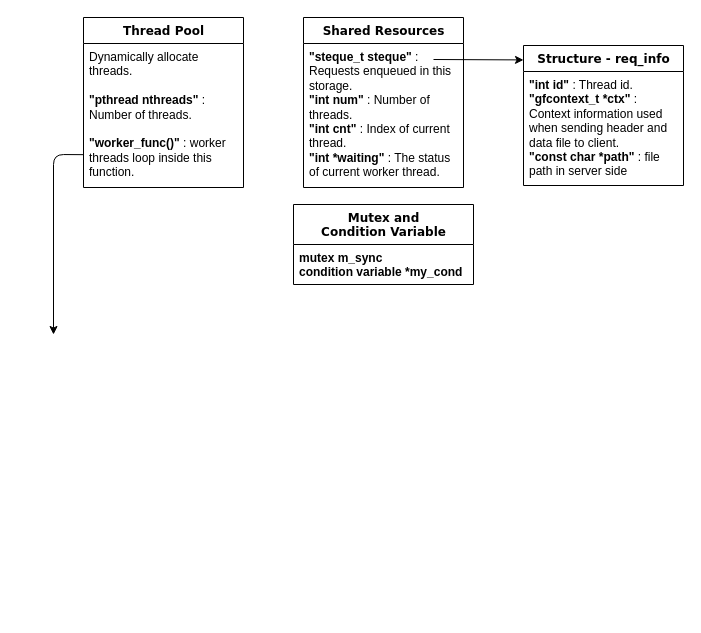
This is multi-client.drawio from kimilg/drawings, a draw.io file, before an edit. Source tidied: cells renumbered, new cells numbered last; positions are measured from the earlier drawing's top-left corner, leaving out a move shared by most shapes. Both pictures are drawn from the tidied source at 100%, with x=0, y=0 at pixel (53, 17).
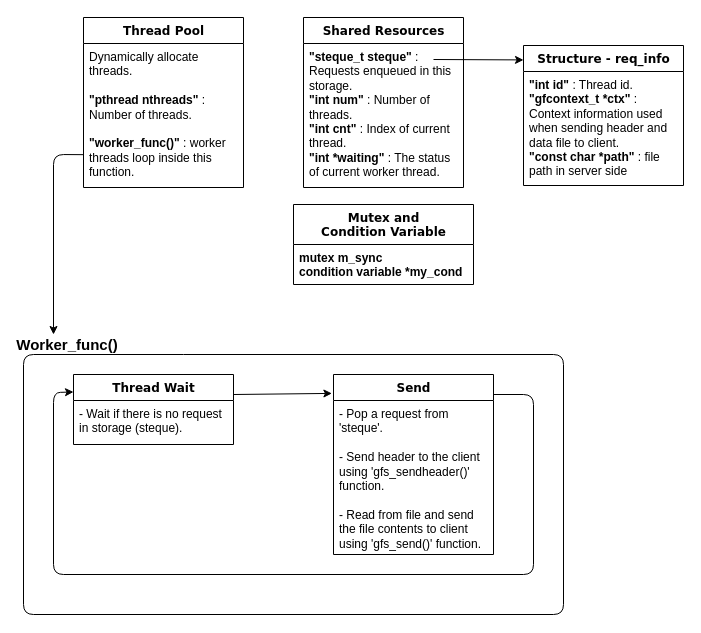
The same page after the edit.

Diff of the diagram source:
```diff
@@
+    <mxCell id="12" value="Thread Wait" style="swimlane;html=1;fontStyle=1;align=center;verticalAlign=top;horizontal=1;startSize=26;swimlaneFillColor=#ffffff;rounded=0;shadow=0;comic=0;labelBackgroundColor=none;strokeWidth=1;fillColor=none;fontFamily=Verdana;fontSize=12;" parent="1" vertex="1">
+      <mxGeometry x="20" y="357" width="160" height="70" as="geometry" />
+    </mxCell>
+    <mxCell id="13" value="- Wait if there is no request in storage (steque)." style="text;html=1;strokeColor=none;fillColor=none;align=left;verticalAlign=top;spacingLeft=4;spacingRight=4;whiteSpace=wrap;overflow=hidden;" parent="12" vertex="1">
+      <mxGeometry y="26" width="160" height="44" as="geometry" />
+    </mxCell>
+    <mxCell id="14" value="Send" style="swimlane;html=1;fontStyle=1;align=center;verticalAlign=top;horizontal=1;startSize=26;swimlaneFillColor=#ffffff;rounded=0;shadow=0;comic=0;labelBackgroundColor=none;strokeWidth=1;fillColor=none;fontFamily=Verdana;fontSize=12;" parent="1" vertex="1">
+      <mxGeometry x="280" y="357" width="160" height="180" as="geometry" />
+    </mxCell>
+    <mxCell id="15" value="- Pop a request from 'steque'.&lt;br&gt;&lt;br&gt;- Send header to the client using 'gfs_sendheader()' function.&lt;br&gt;&lt;br&gt;- Read from file and send the file contents to client using 'gfs_send()' function.&lt;br&gt;&lt;br&gt;&amp;nbsp;" style="text;html=1;strokeColor=none;fillColor=none;align=left;verticalAlign=top;spacingLeft=4;spacingRight=4;whiteSpace=wrap;overflow=hidden;" parent="14" vertex="1">
+      <mxGeometry y="26" width="160" height="154" as="geometry" />
+    </mxCell>
+    <mxCell id="16" style="endArrow=classic;html=1;entryX=-0.01;entryY=0.105;entryDx=0;entryDy=0;entryPerimeter=0;" parent="1" edge="1" target="14">
+      <mxGeometry relative="1" as="geometry">
+        <mxPoint x="180" y="377" as="sourcePoint" />
+      </mxGeometry>
+    </mxCell>
+    <mxCell id="17" style="endArrow=classic;html=1;entryX=0;entryY=0.25;entryDx=0;entryDy=0;" parent="1" edge="1" target="12">
+      <mxGeometry relative="1" as="geometry">
+        <mxPoint x="440" y="377" as="sourcePoint" />
+        <Array as="points">
+          <mxPoint x="480" y="377" />
+          <mxPoint x="480" y="557" />
+          <mxPoint y="557" />
+          <mxPoint y="375" />
+        </Array>
+      </mxGeometry>
+    </mxCell>
+    <mxCell id="18" value="Worker_func()" style="text;html=1;strokeColor=none;fillColor=none;align=center;verticalAlign=middle;whiteSpace=wrap;rounded=0;fontSize=15;fontStyle=1;" parent="1" vertex="1">
+      <mxGeometry x="-6" y="317" width="40" height="20" as="geometry" />
+    </mxCell>
+    <mxCell id="19" style="endArrow=none;html=1;fontSize=15;" parent="1" edge="1">
+      <mxGeometry relative="1" as="geometry">
+        <mxPoint x="130" y="337" as="sourcePoint" />
+        <mxPoint x="130" y="337" as="targetPoint" />
+        <Array as="points">
+          <mxPoint x="510" y="337" />
+          <mxPoint x="510" y="597" />
+          <mxPoint x="-30" y="597" />
+          <mxPoint x="-30" y="337" />
+        </Array>
+      </mxGeometry>
+    </mxCell>
```
